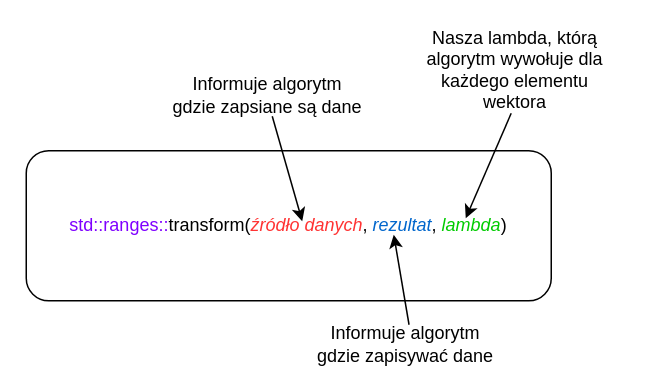
Earlier version of the draw.io diagram page "Strona-3" (3 of 3) of static/img/tutorials/course/intermediate/lambdas/Lambdas_pl.drawio (Cpp4You/CppLangNet). Source tidied: cells renumbered, new cells numbered last; positions are measured from the earlier drawing's top-left corner, leaving out a move shared by most shapes. Both pictures are drawn from the tidied source at 150%, with x=0, y=0 at pixel (26, 46).
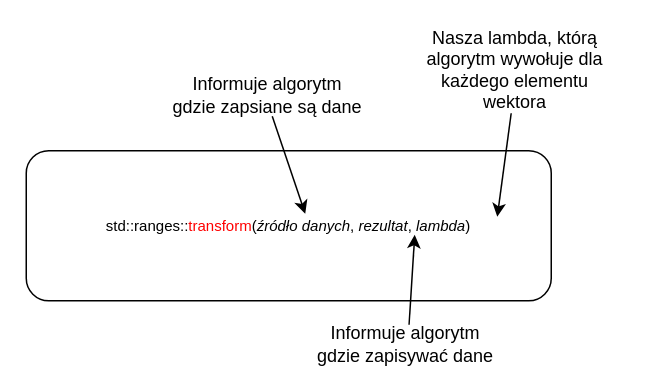
The same page after the edit.

Diff of the diagram source:
```diff
@@
 <mxGraphModel>
   <root>
     <mxCell id="0" />
     <mxCell id="1" parent="0" />
-    <mxCell id="2" value="&lt;font color=&quot;#7f00ff&quot;&gt;std::ranges::&lt;/font&gt;transform(&lt;font color=&quot;#ff3333&quot;&gt;&lt;i&gt;źródło danych&lt;/i&gt;&lt;/font&gt;, &lt;i&gt;&lt;font color=&quot;#0066cc&quot;&gt;rezultat&lt;/font&gt;&lt;/i&gt;, &lt;i&gt;&lt;font color=&quot;#00cc00&quot;&gt;lambda&lt;/font&gt;&lt;/i&gt;)" style="rounded=1;whiteSpace=wrap;html=1;" parent="1" vertex="1">
+    <mxCell id="2" value="&lt;font face=&quot;Jetbrains Mono&quot; style=&quot;font-size: 10px&quot;&gt;&lt;font style=&quot;font-size: 10px&quot;&gt;std::ranges::&lt;/font&gt;&lt;font color=&quot;#ff0000&quot;&gt;transform&lt;/font&gt;(&lt;font style=&quot;font-size: 10px&quot;&gt;&lt;i&gt;źródło danych&lt;/i&gt;&lt;/font&gt;, &lt;i&gt;&lt;font style=&quot;font-size: 10px&quot;&gt;rezultat&lt;/font&gt;&lt;/i&gt;, &lt;i&gt;&lt;font style=&quot;font-size: 10px&quot;&gt;lambda&lt;/font&gt;&lt;/i&gt;)&lt;/font&gt;" style="rounded=1;whiteSpace=wrap;html=1;" parent="1" vertex="1">
       <mxGeometry y="69" width="350" height="100" as="geometry" />
     </mxCell>
     <mxCell id="3" style="curved=1;endArrow=classic;html=1;rounded=0;fontColor=#FF3333;" parent="1" edge="1">
       <mxGeometry relative="1" as="geometry">
         <mxPoint x="255.2" y="185" as="sourcePoint" />
-        <mxPoint x="245" y="125" as="targetPoint" />
+        <mxPoint x="259" y="125" as="targetPoint" />
       </mxGeometry>
     </mxCell>
     <mxCell id="4" style="curved=1;endArrow=classic;html=1;rounded=0;fontColor=#FF3333;" parent="1" edge="1">
       <mxGeometry relative="1" as="geometry">
         <mxPoint x="164" y="46" as="sourcePoint" />
-        <mxPoint x="184" y="116" as="targetPoint" />
+        <mxPoint x="186" y="111" as="targetPoint" />
       </mxGeometry>
     </mxCell>
     <mxCell id="5" style="curved=1;endArrow=classic;html=1;rounded=0;" parent="1" edge="1">
       <mxGeometry relative="1" as="geometry">
         <mxPoint x="323.3" y="44" as="sourcePoint" />
-        <mxPoint x="293" y="114" as="targetPoint" />
+        <mxPoint x="314" y="113" as="targetPoint" />
       </mxGeometry>
     </mxCell>
     <mxCell id="6" value="Informuje algorytm gdzie zapsiane są dane" style="text;html=1;strokeColor=none;fillColor=none;align=center;verticalAlign=middle;whiteSpace=wrap;rounded=0;" parent="1" vertex="1">
       <mxGeometry x="96" y="17" width="130" height="30" as="geometry" />
     </mxCell>
     <mxCell id="7" value="Nasza lambda, którą algorytm wywołuje dla każdego elementu wektora" style="text;html=1;strokeColor=none;fillColor=none;align=center;verticalAlign=middle;whiteSpace=wrap;rounded=0;" parent="1" vertex="1">
       <mxGeometry x="256" width="140" height="30" as="geometry" />
     </mxCell>
     <mxCell id="8" value="Informuje algorytm gdzie zapisywać dane" style="text;html=1;strokeColor=none;fillColor=none;align=center;verticalAlign=middle;whiteSpace=wrap;rounded=0;" parent="1" vertex="1">
       <mxGeometry x="188" y="183" width="130" height="30" as="geometry" />
     </mxCell>
   </root>
 </mxGraphModel>
```
